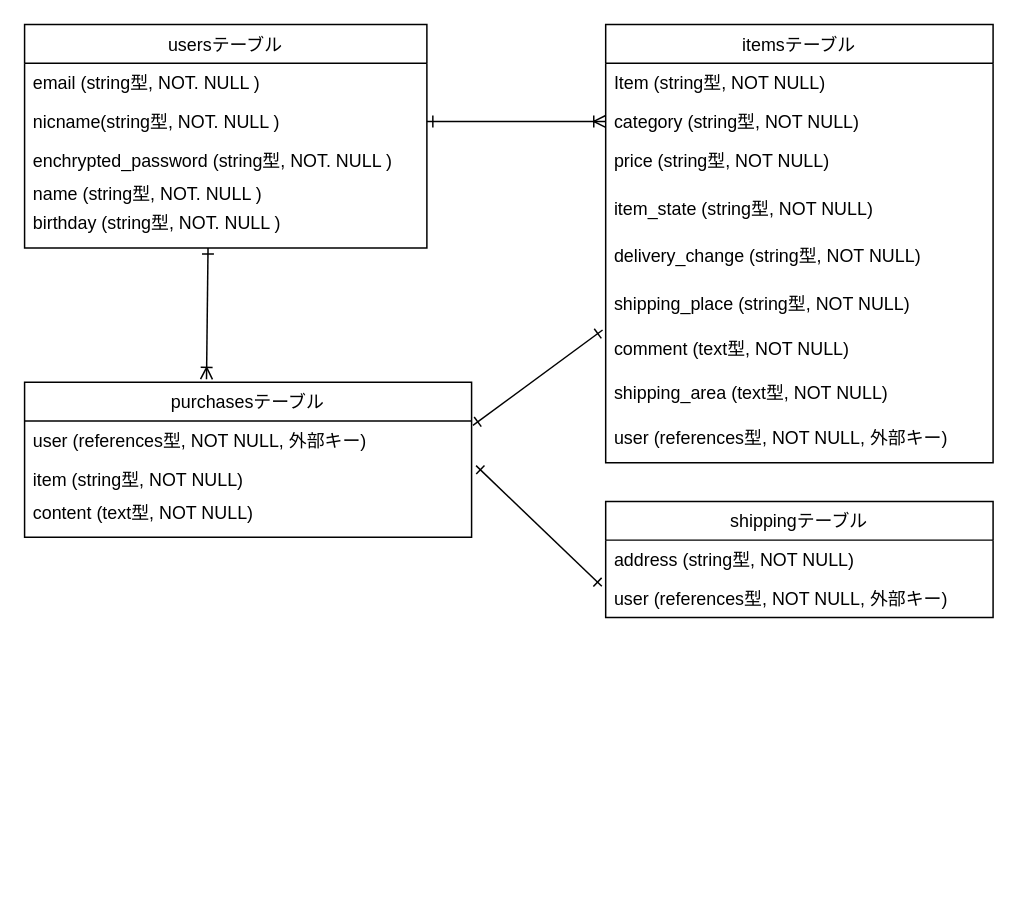
Earlier version of the draw.io diagram db設計.dio (chibi12/furima-38840). Source tidied: cells renumbered, new cells numbered last; positions are measured from the earlier drawing's top-left corner, leaving out a move shared by most shapes. Both pictures are drawn from the tidied source at 149%, with x=0, y=0 at pixel (24, 24).
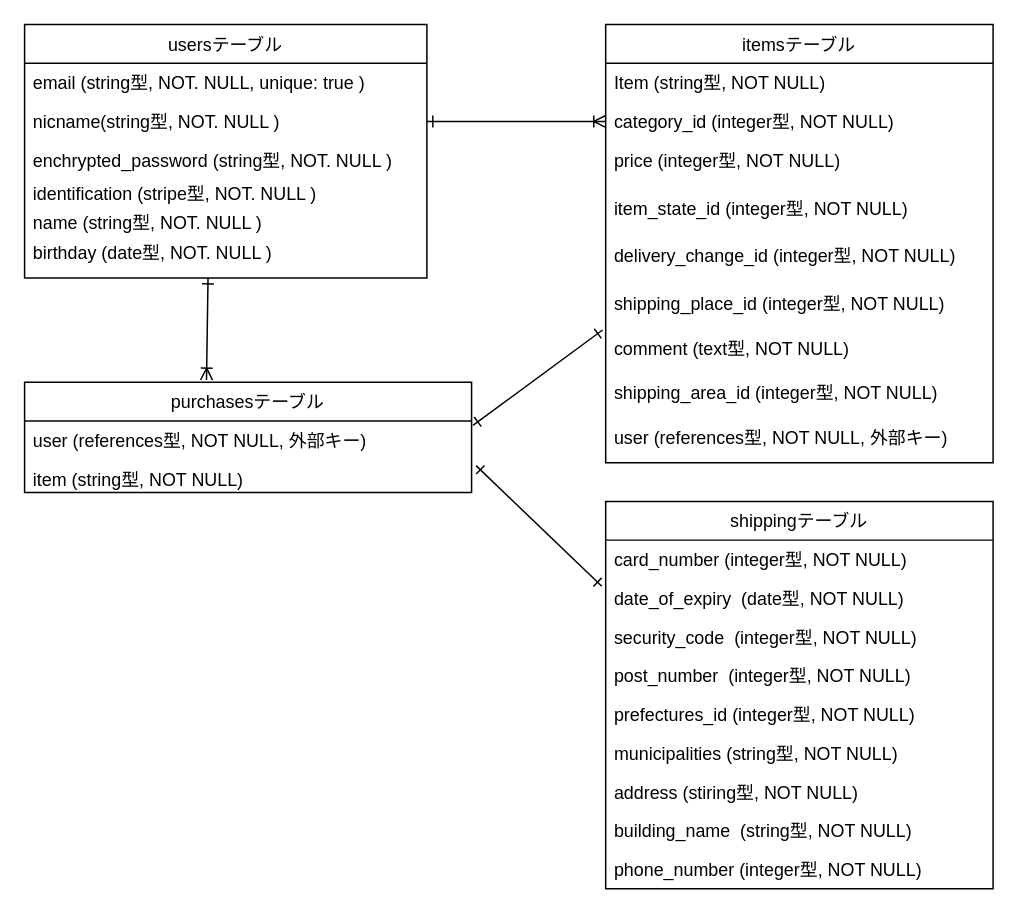
The same page after the edit.

The change refers to these unchanged cells:
```xml
<mxCell id="9" value="itemsテーブル" style="swimlane;fontStyle=0;horizontal=1;startSize=26;fillColor=none;" parent="1" vertex="1">
  <mxGeometry x="390" width="260" height="294" as="geometry" />
</mxCell>
```

Diff of the diagram source:
```diff
@@
     <mxCell id="3" value="usersテーブル" style="swimlane;fontStyle=0;horizontal=1;startSize=26;fillColor=none;" parent="1" vertex="1">
-      <mxGeometry width="270" height="150" as="geometry" />
+      <mxGeometry width="270" height="170" as="geometry" />
     </mxCell>
-    <mxCell id="4" value="email (string型, NOT. NULL )" style="text;strokeColor=none;fillColor=none;align=left;verticalAlign=top;spacingLeft=4;spacingRight=4;overflow=hidden;" parent="3" vertex="1">
+    <mxCell id="4" value="email (string型, NOT. NULL, unique: true )" style="text;strokeColor=none;fillColor=none;align=left;verticalAlign=top;spacingLeft=4;spacingRight=4;overflow=hidden;" parent="3" vertex="1">
       <mxGeometry y="26" width="270" height="26" as="geometry" />
     </mxCell>
@@
-    <mxCell id="7" value="name (string型, NOT. NULL )" style="text;strokeColor=none;fillColor=none;align=left;verticalAlign=top;spacingLeft=4;spacingRight=4;overflow=hidden;" parent="3" vertex="1">
+    <mxCell id="7" value="identification (stripe型, NOT. NULL )" style="text;strokeColor=none;fillColor=none;align=left;verticalAlign=top;spacingLeft=4;spacingRight=4;overflow=hidden;" parent="3" vertex="1">
       <mxGeometry y="100" width="270" height="20" as="geometry" />
     </mxCell>
+    <mxCell id="29" value="name (string型, NOT. NULL )" style="text;strokeColor=none;fillColor=none;align=left;verticalAlign=top;spacingLeft=4;spacingRight=4;overflow=hidden;" parent="3" vertex="1">
+      <mxGeometry y="120" width="270" height="20" as="geometry" />
+    </mxCell>
-    <mxCell id="8" value="birthday (string型, NOT. NULL )" style="text;strokeColor=none;fillColor=none;align=left;verticalAlign=top;spacingLeft=4;spacingRight=4;overflow=hidden;points=[[0,0.5],[1,0.5]];portConstraint=eastwest;" parent="3" vertex="1">
-      <mxGeometry y="120" width="270" height="30" as="geometry" />
+    <mxCell id="8" value="birthday (date型, NOT. NULL )" style="text;strokeColor=none;fillColor=none;align=left;verticalAlign=top;spacingLeft=4;spacingRight=4;overflow=hidden;points=[[0,0.5],[1,0.5]];portConstraint=eastwest;" parent="3" vertex="1">
+      <mxGeometry y="140" width="270" height="30" as="geometry" />
     </mxCell>
@@
-    <mxCell id="11" value="category (string型, NOT NULL)" style="text;strokeColor=none;fillColor=none;align=left;verticalAlign=top;spacingLeft=4;spacingRight=4;overflow=hidden;points=[[0,0.5],[1,0.5]];portConstraint=eastwest;" parent="9" vertex="1">
+    <mxCell id="11" value="category_id (integer型, NOT NULL)" style="text;strokeColor=none;fillColor=none;align=left;verticalAlign=top;spacingLeft=4;spacingRight=4;overflow=hidden;points=[[0,0.5],[1,0.5]];portConstraint=eastwest;" parent="9" vertex="1">
       <mxGeometry y="52" width="260" height="26" as="geometry" />
     </mxCell>
-    <mxCell id="12" value="price (string型, NOT NULL)" style="text;strokeColor=none;fillColor=none;align=left;verticalAlign=top;spacingLeft=4;spacingRight=4;overflow=hidden;" parent="9" vertex="1">
+    <mxCell id="12" value="price (integer型, NOT NULL)" style="text;strokeColor=none;fillColor=none;align=left;verticalAlign=top;spacingLeft=4;spacingRight=4;overflow=hidden;" parent="9" vertex="1">
       <mxGeometry y="78" width="260" height="32" as="geometry" />
     </mxCell>
-    <mxCell id="13" value="item_state (string型, NOT NULL)" style="text;strokeColor=none;fillColor=none;align=left;verticalAlign=top;spacingLeft=4;spacingRight=4;overflow=hidden;" parent="9" vertex="1">
+    <mxCell id="13" value="item_state_id (integer型, NOT NULL)" style="text;strokeColor=none;fillColor=none;align=left;verticalAlign=top;spacingLeft=4;spacingRight=4;overflow=hidden;" parent="9" vertex="1">
       <mxGeometry y="110" width="260" height="32" as="geometry" />
     </mxCell>
-    <mxCell id="14" value="delivery_change (string型, NOT NULL)" style="text;strokeColor=none;fillColor=none;align=left;verticalAlign=top;spacingLeft=4;spacingRight=4;overflow=hidden;" parent="9" vertex="1">
+    <mxCell id="14" value="delivery_change_id (integer型, NOT NULL)" style="text;strokeColor=none;fillColor=none;align=left;verticalAlign=top;spacingLeft=4;spacingRight=4;overflow=hidden;" parent="9" vertex="1">
       <mxGeometry y="142" width="260" height="32" as="geometry" />
     </mxCell>
-    <mxCell id="15" value="shipping_place (string型, NOT NULL)" style="text;strokeColor=none;fillColor=none;align=left;verticalAlign=top;spacingLeft=4;spacingRight=4;overflow=hidden;" parent="9" vertex="1">
+    <mxCell id="15" value="shipping_place_id (integer型, NOT NULL)" style="text;strokeColor=none;fillColor=none;align=left;verticalAlign=top;spacingLeft=4;spacingRight=4;overflow=hidden;" parent="9" vertex="1">
       <mxGeometry y="174" width="260" height="30" as="geometry" />
     </mxCell>
@@
-    <mxCell id="17" value="shipping_area (text型, NOT NULL)" style="text;strokeColor=none;fillColor=none;align=left;verticalAlign=top;spacingLeft=4;spacingRight=4;overflow=hidden;" parent="9" vertex="1">
+    <mxCell id="17" value="shipping_area_id (integer型, NOT NULL)" style="text;strokeColor=none;fillColor=none;align=left;verticalAlign=top;spacingLeft=4;spacingRight=4;overflow=hidden;" parent="9" vertex="1">
       <mxGeometry y="234" width="260" height="30" as="geometry" />
     </mxCell>
@@
     <mxCell id="20" value="purchasesテーブル" style="swimlane;fontStyle=0;horizontal=1;startSize=26;fillColor=none;" parent="1" vertex="1">
-      <mxGeometry y="240" width="300" height="104" as="geometry" />
+      <mxGeometry y="240" width="300" height="74" as="geometry" />
     </mxCell>
@@
-    <mxCell id="23" value="content (text型, NOT NULL)" style="text;strokeColor=none;fillColor=none;align=left;verticalAlign=top;spacingLeft=4;spacingRight=4;overflow=hidden;" parent="20" vertex="1">
-      <mxGeometry y="74" width="300" height="30" as="geometry" />
-    </mxCell>
     <mxCell id="24" value="shippingテーブル" style="swimlane;fontStyle=0;horizontal=1;startSize=26;fillColor=none;" parent="1" vertex="1">
-      <mxGeometry x="390" y="320" width="260" height="78" as="geometry" />
+      <mxGeometry x="390" y="320" width="260" height="260" as="geometry" />
     </mxCell>
-    <mxCell id="25" value="address (string型, NOT NULL)" style="text;strokeColor=none;fillColor=none;align=left;verticalAlign=top;spacingLeft=4;spacingRight=4;overflow=hidden;" parent="24" vertex="1">
+    <mxCell id="25" value="card_number (integer型, NOT NULL)" style="text;strokeColor=none;fillColor=none;align=left;verticalAlign=top;spacingLeft=4;spacingRight=4;overflow=hidden;" parent="24" vertex="1">
       <mxGeometry y="26" width="260" height="26" as="geometry" />
     </mxCell>
-    <mxCell id="26" value="user (references型, NOT NULL, 外部キー)" style="text;strokeColor=none;fillColor=none;align=left;verticalAlign=top;spacingLeft=4;spacingRight=4;overflow=hidden;points=[[0,0.5],[1,0.5]];portConstraint=eastwest;" parent="24" vertex="1">
+    <mxCell id="26" value="date_of_expiry  (date型, NOT NULL)" style="text;strokeColor=none;fillColor=none;align=left;verticalAlign=top;spacingLeft=4;spacingRight=4;overflow=hidden;points=[[0,0.5],[1,0.5]];portConstraint=eastwest;" parent="24" vertex="1">
       <mxGeometry y="52" width="260" height="26" as="geometry" />
     </mxCell>
+    <mxCell id="30" value="security_code  (integer型, NOT NULL)" style="text;strokeColor=none;fillColor=none;align=left;verticalAlign=top;spacingLeft=4;spacingRight=4;overflow=hidden;" parent="24" vertex="1">
+      <mxGeometry y="78" width="260" height="26" as="geometry" />
+    </mxCell>
+    <mxCell id="31" value="post_number  (integer型, NOT NULL)" style="text;strokeColor=none;fillColor=none;align=left;verticalAlign=top;spacingLeft=4;spacingRight=4;overflow=hidden;" parent="24" vertex="1">
+      <mxGeometry y="104" width="260" height="26" as="geometry" />
+    </mxCell>
+    <mxCell id="32" value="prefectures_id (integer型, NOT NULL)" style="text;strokeColor=none;fillColor=none;align=left;verticalAlign=top;spacingLeft=4;spacingRight=4;overflow=hidden;" parent="24" vertex="1">
+      <mxGeometry y="130" width="260" height="26" as="geometry" />
+    </mxCell>
+    <mxCell id="33" value="municipalities (string型, NOT NULL)" style="text;strokeColor=none;fillColor=none;align=left;verticalAlign=top;spacingLeft=4;spacingRight=4;overflow=hidden;" parent="24" vertex="1">
+      <mxGeometry y="156" width="260" height="26" as="geometry" />
+    </mxCell>
+    <mxCell id="34" value="address (stiring型, NOT NULL)" style="text;strokeColor=none;fillColor=none;align=left;verticalAlign=top;spacingLeft=4;spacingRight=4;overflow=hidden;" parent="24" vertex="1">
+      <mxGeometry y="182" width="260" height="26" as="geometry" />
+    </mxCell>
+    <mxCell id="35" value="building_name  (string型, NOT NULL)" style="text;strokeColor=none;fillColor=none;align=left;verticalAlign=top;spacingLeft=4;spacingRight=4;overflow=hidden;" parent="24" vertex="1">
+      <mxGeometry y="208" width="260" height="26" as="geometry" />
+    </mxCell>
+    <mxCell id="36" value="phone_number (integer型, NOT NULL)" style="text;strokeColor=none;fillColor=none;align=left;verticalAlign=top;spacingLeft=4;spacingRight=4;overflow=hidden;" parent="24" vertex="1">
+      <mxGeometry y="234" width="260" height="26" as="geometry" />
+    </mxCell>
```
